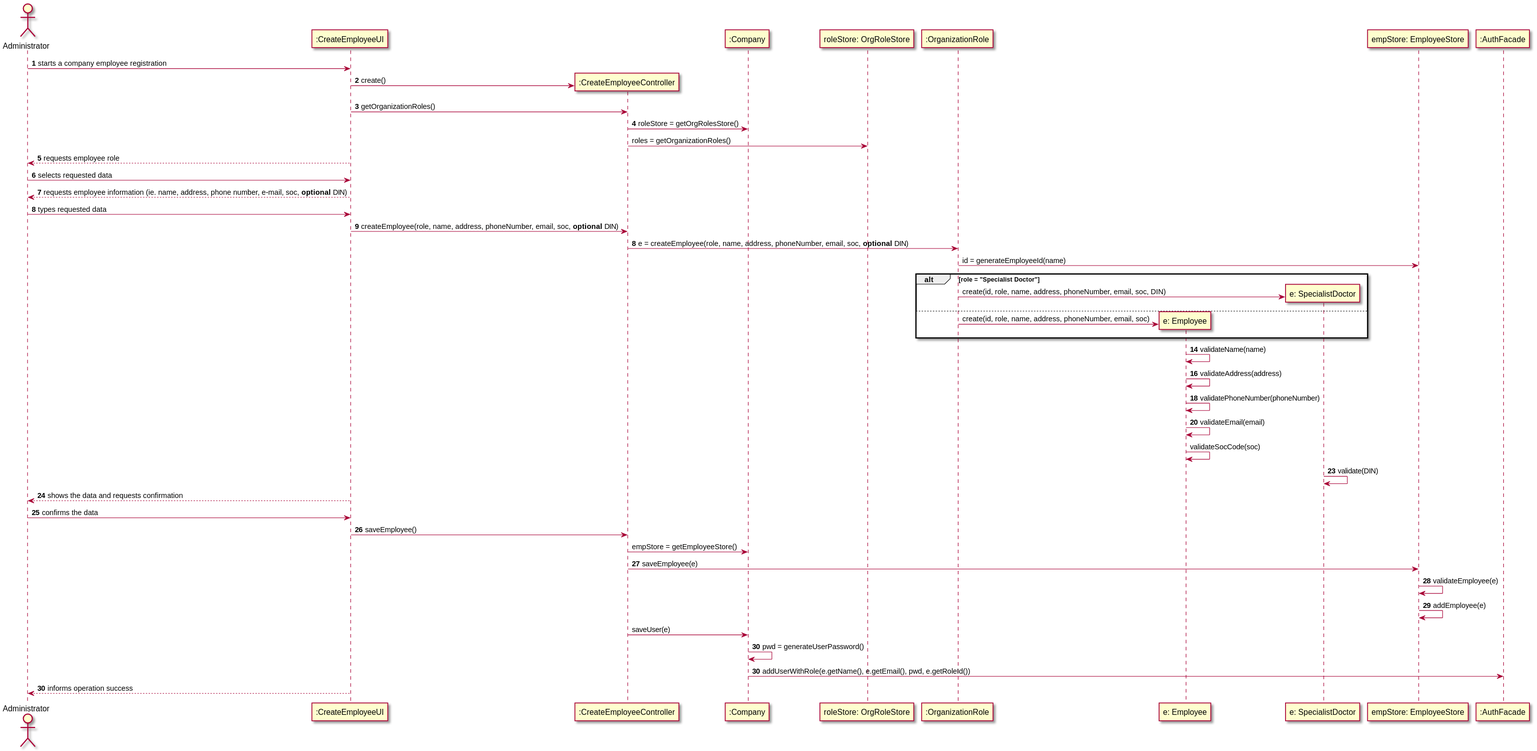
Above: docs/SprintB/US7/US7_SD.svg in MadDinosaur/ISEP-LAPR2 (PlantUML), before the change.
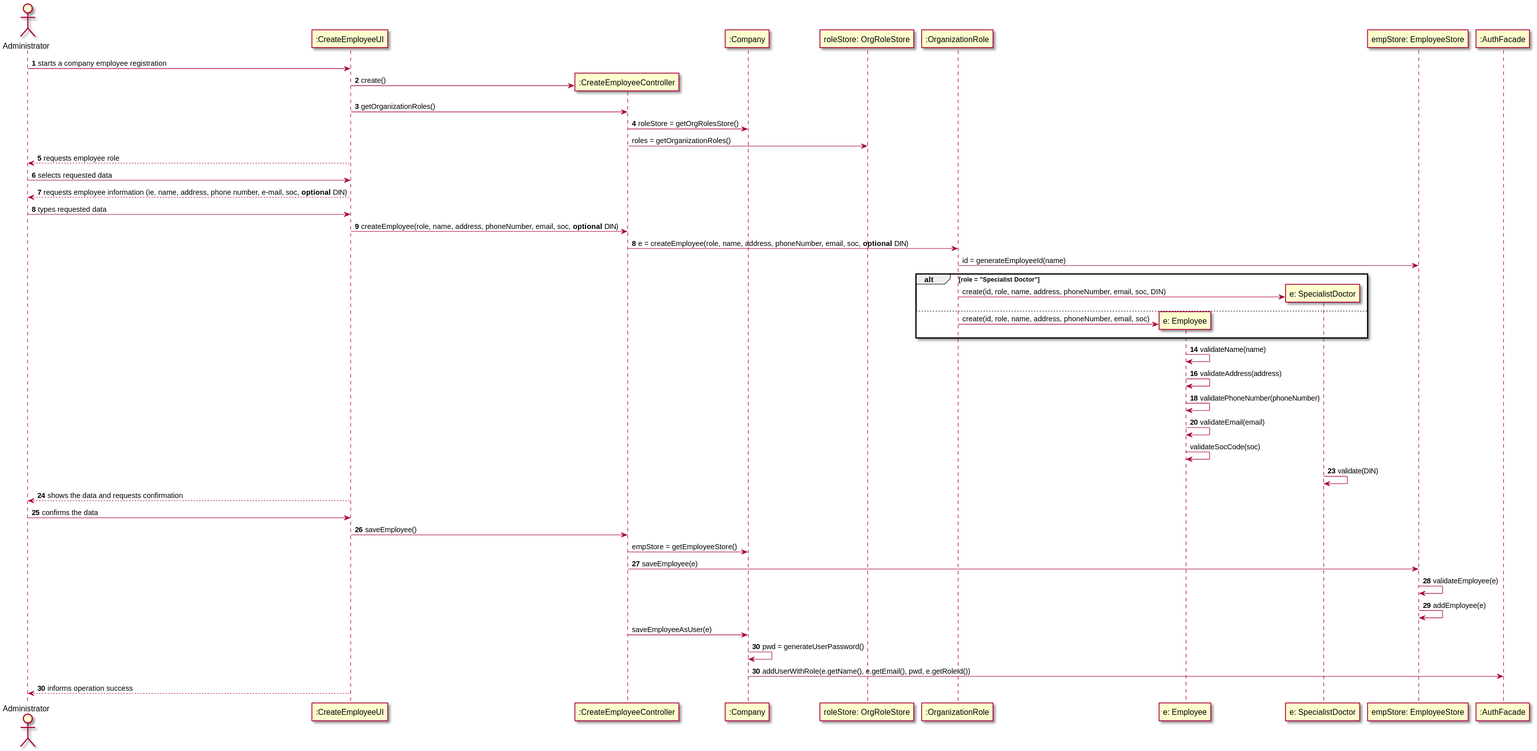
After the commit.

Change to the diagram source:
```diff
@@ -44,7 +44,7 @@
 controller -> es : **27** saveEmployee(e)
 es -> es : **28** validateEmployee(e)
 es -> es : **29** addEmployee(e)
-controller -> company : saveUser(e)
+controller -> company : saveEmployeeAsUser(e)
 company -> company : **30** pwd = generateUserPassword()
 company -> auth : **30** addUserWithRole(e.getName(), e.getEmail(), pwd, e.getRoleId())
 ui --> admin : **30** informs operation success
```
